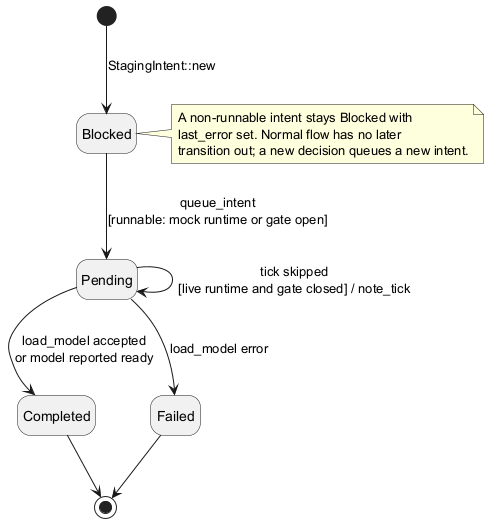
Before: docs/uml/15_state_staging.png, a diagram exported from PlantUML (Loose-Arrow-Labs/anemoi). Source of this version:
```plantuml
@startuml 15_state_staging
skinparam shadowing false
hide empty description

state "Blocked" as Blocked
state "Pending" as Pending
state "Completed" as Completed
state "Failed" as Failed

[*] --> Blocked : StagingIntent::new
Blocked --> Pending : queue_intent\n[runnable: mock runtime or gate open]
Pending --> Completed : load_model accepted\nor model reported ready
Pending --> Failed : load_model error
Pending --> Pending : tick skipped\n[live runtime and gate closed] / note_tick
Completed --> [*]
Failed --> [*]

note right of Blocked
  A non-runnable intent stays Blocked with
  last_error set. Normal flow has no later
  transition out; a new decision queues a new intent.
end note
@enduml
```
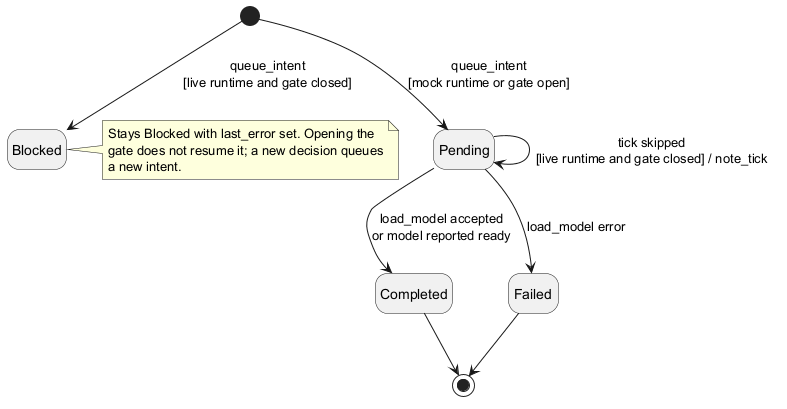
The same diagram one commit later.

Commit message:
docs(docs): remove unreachable staging state transition

queue_intent decides Blocked or Pending in one call, and no normal flow
moves an existing intent from Blocked to Pending.

Change to the diagram source:
```diff
@@ -7,8 +7,8 @@
 state "Completed" as Completed
 state "Failed" as Failed
 
-[*] --> Blocked : StagingIntent::new
-Blocked --> Pending : queue_intent\n[runnable: mock runtime or gate open]
+[*] --> Blocked : queue_intent\n[live runtime and gate closed]
+[*] --> Pending : queue_intent\n[mock runtime or gate open]
 Pending --> Completed : load_model accepted\nor model reported ready
 Pending --> Failed : load_model error
 Pending --> Pending : tick skipped\n[live runtime and gate closed] / note_tick
@@ -16,8 +16,8 @@
 Failed --> [*]
 
 note right of Blocked
-  A non-runnable intent stays Blocked with
-  last_error set. Normal flow has no later
-  transition out; a new decision queues a new intent.
+  Stays Blocked with last_error set. Opening the
+  gate does not resume it; a new decision queues
+  a new intent.
 end note
 @enduml
```
